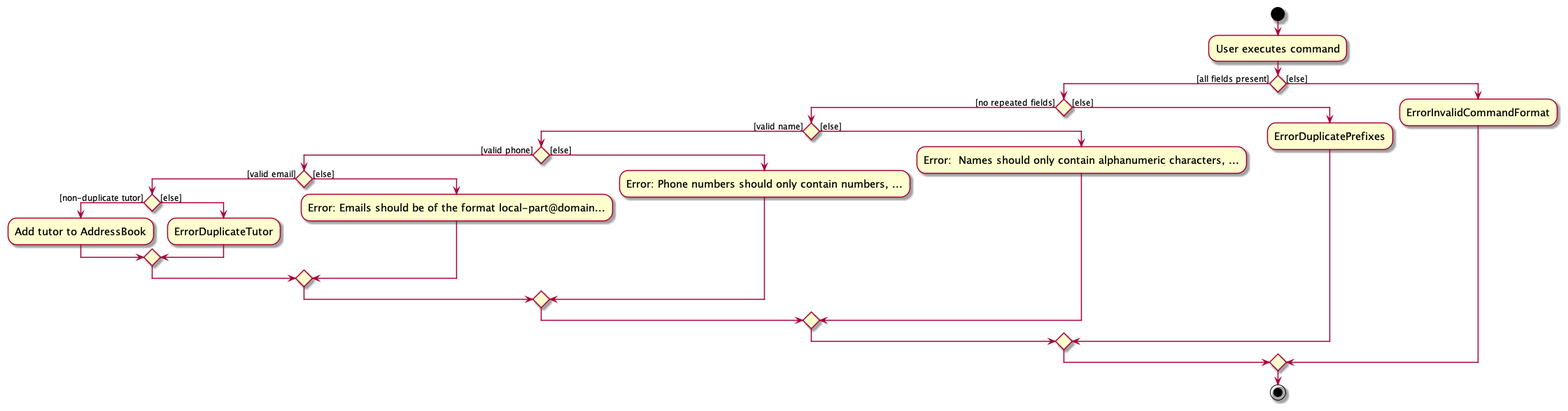
Before: docs/images/AddTutorActivityDiagram.png, a diagram exported from PlantUML (nus-cs2103-AY2324S1/tp). Its diagram source:
```plantuml
@startuml
skin rose
skinparam ActivityFontSize 15
skinparam ArrowFontSize 12
start
:User executes command;


if () then ([all fields present])
    if () then ([no repeated fields])
         if () then ([valid name])
              if () then ([valid phone])
                   if () then ([valid email])
                        if () then ([non-duplicate tutor])
                            :Add tutor to AddressBook;
                       else ([else])
                            :ErrorDuplicateTutor;
                       endif
                   else ([else])
                        :Error: Emails should be of the format local-part@domain...;
                   endif
              else ([else])
                  :Error: Phone numbers should only contain numbers, ...;
              endif
         else ([else])
             :Error:  Names should only contain alphanumeric characters, ...;
         endif
    else ([else])
     :ErrorDuplicatePrefixes;
    endif
else ([else])
 :ErrorInvalidCommandFormat;
endif
stop
@enduml
```
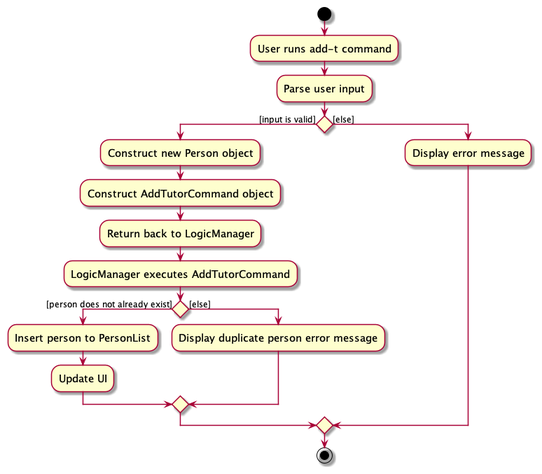
The same file after the commit.

The edit, as a diff of the source:
```diff
@@ -3,33 +3,25 @@
 skinparam ActivityFontSize 15
 skinparam ArrowFontSize 12
 start
-:User executes command;
+:User runs add-t command;
 
 
-if () then ([all fields present])
-    if () then ([no repeated fields])
-         if () then ([valid name])
-              if () then ([valid phone])
-                   if () then ([valid email])
-                        if () then ([non-duplicate tutor])
-                            :Add tutor to AddressBook;
-                       else ([else])
-                            :ErrorDuplicateTutor;
-                       endif
-                   else ([else])
-                        :Error: Emails should be of the format local-part@domain...;
-                   endif
-              else ([else])
-                  :Error: Phone numbers should only contain numbers, ...;
-              endif
-         else ([else])
-             :Error:  Names should only contain alphanumeric characters, ...;
-         endif
+:Parse user input;
+
+if () then ([input is valid])
+    :Construct new Person object;
+    :Construct AddTutorCommand object;
+    :Return back to LogicManager;
+    :LogicManager executes AddTutorCommand;
+    if () then ([person does not already exist])
+        :Insert person to PersonList;
+        :Update UI;
     else ([else])
-     :ErrorDuplicatePrefixes;
+        :Display duplicate person error message;
     endif
 else ([else])
- :ErrorInvalidCommandFormat;
+:Display error message;
+
 endif
 stop
 @enduml
```
